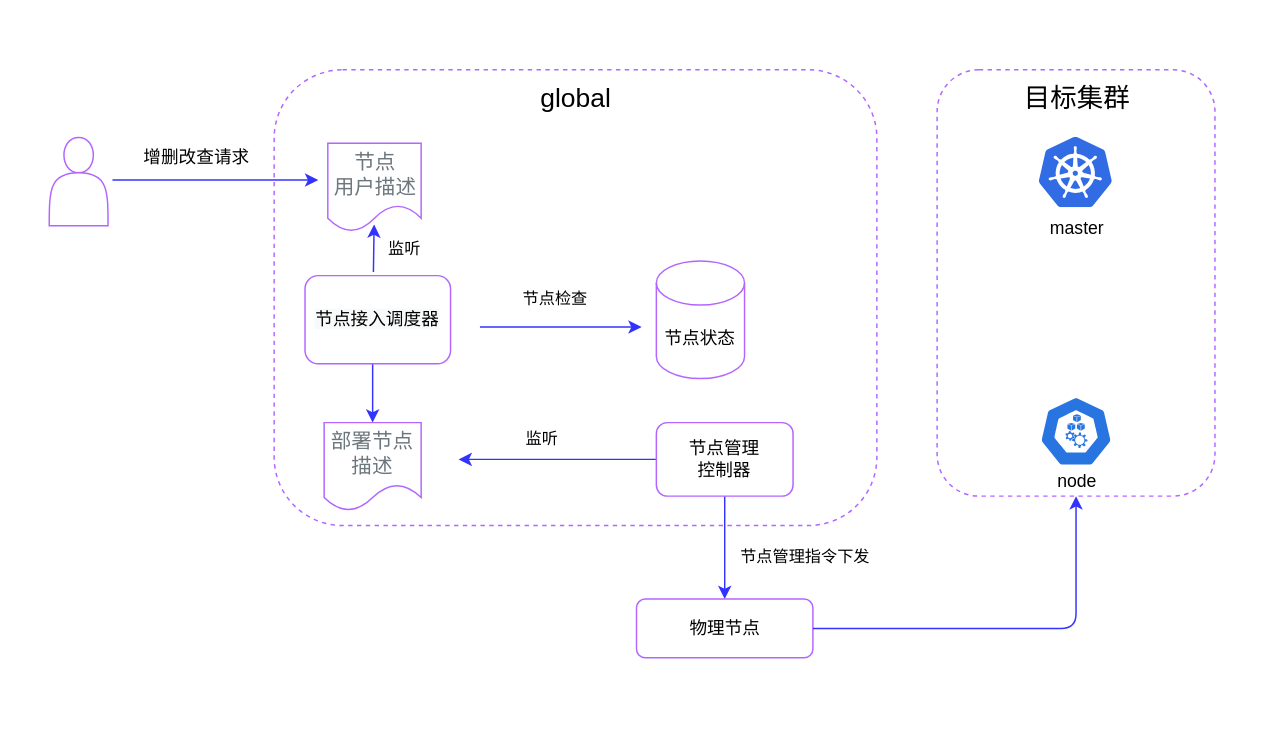
Earlier version of the draw.io diagram page "节点管理" (2 of 8) of cloud-edge-softarch.drawio (lmxia/system_designs). Source tidied: cells renumbered, new cells numbered last; positions are measured from the earlier drawing's top-left corner, leaving out a move shared by most shapes. Both pictures are drawn from the tidied source at 147%, with x=0, y=0 at pixel (49, 69).
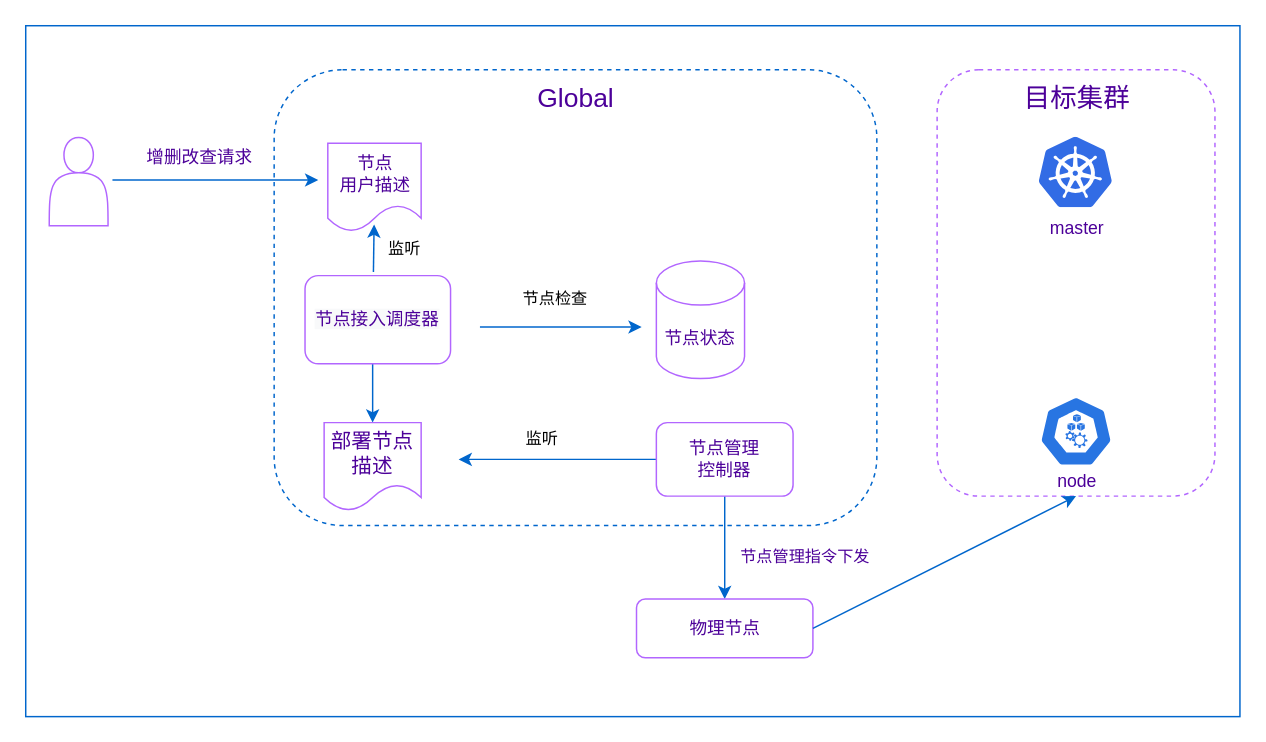
After the change.

Unchanged cells that the change refers to:
```xml
<mxCell id="17" style="rounded=1;whiteSpace=wrap;html=1;dashed=1;strokeColor=#B266FF;" parent="1" vertex="1">
  <mxGeometry x="604" width="189" height="290" as="geometry" />
</mxCell>
```

Diff of the diagram source:
```diff
@@
+    <mxCell id="27" style="rounded=0;whiteSpace=wrap;html=1;strokeColor=#0066CC;" parent="1" vertex="1">
+      <mxGeometry x="-16" y="-30" width="826" height="470" as="geometry" />
+    </mxCell>
-    <mxCell id="2" style="rounded=1;whiteSpace=wrap;html=1;dashed=1;strokeColor=#B266FF;" parent="1" vertex="1">
+    <mxCell id="2" style="rounded=1;whiteSpace=wrap;html=1;dashed=1;strokeColor=#0066CC;" parent="1" vertex="1">
       <mxGeometry x="153" width="410" height="310" as="geometry" />
     </mxCell>
-    <mxCell id="3" style="endArrow=classic;html=1;entryX=0;entryY=0.5;entryDx=0;entryDy=0;strokeColor=#3333FF;" parent="1" edge="1">
+    <mxCell id="3" style="endArrow=classic;html=1;entryX=0;entryY=0.5;entryDx=0;entryDy=0;strokeColor=#0066CC;" parent="1" edge="1">
       <mxGeometry relative="1" as="geometry">
         <mxPoint x="43" y="75" as="sourcePoint" />
         <mxPoint x="183" y="75" as="targetPoint" />
       </mxGeometry>
     </mxCell>
-    <mxCell id="4" value="&amp;nbsp;监听" style="endArrow=classic;html=1;entryX=0.496;entryY=0.92;entryDx=0;entryDy=0;entryPerimeter=0;exitX=0.47;exitY=-0.04;exitDx=0;exitDy=0;exitPerimeter=0;strokeColor=#3333FF;" parent="1" edge="1" source="12" target="23">
+    <mxCell id="4" value="&amp;nbsp;监听" style="endArrow=classic;html=1;entryX=0.496;entryY=0.92;entryDx=0;entryDy=0;entryPerimeter=0;exitX=0.47;exitY=-0.04;exitDx=0;exitDy=0;exitPerimeter=0;strokeColor=#0066CC;" parent="1" edge="1" source="12" target="23">
       <mxGeometry y="-19" relative="1" as="geometry" />
     </mxCell>
-    <mxCell id="5" value="增删改查请求" style="text;html=1;align=center;verticalAlign=middle;fillColor=none;strokeColor=none;rounded=0;" parent="1" vertex="1">
-      <mxGeometry x="55" y="50" width="90" height="20" as="geometry" />
+    <mxCell id="5" value="&lt;font color=&quot;#4c0099&quot;&gt;增删改查请求&lt;/font&gt;" style="text;html=1;align=center;verticalAlign=middle;fillColor=none;strokeColor=none;rounded=0;" parent="1" vertex="1">
+      <mxGeometry x="57" y="50" width="90" height="20" as="geometry" />
     </mxCell>
-    <mxCell id="6" style="endArrow=classic;html=1;entryX=0;entryY=0.5;entryDx=0;entryDy=0;exitX=1;exitY=0.5;exitDx=0;exitDy=0;strokeColor=#3333FF;" parent="1" edge="1">
+    <mxCell id="6" style="endArrow=classic;html=1;entryX=0;entryY=0.5;entryDx=0;entryDy=0;exitX=1;exitY=0.5;exitDx=0;exitDy=0;strokeColor=#0066CC;" parent="1" edge="1">
       <mxGeometry relative="1" as="geometry">
         <mxPoint x="293" y="175" as="sourcePoint" />
         <mxPoint x="403" y="175" as="targetPoint" />
       </mxGeometry>
     </mxCell>
@@
-    <mxCell id="8" style="edgeStyle=orthogonalEdgeStyle;rounded=0;jettySize=auto;html=1;exitX=0.5;exitY=1;exitDx=0;exitDy=0;strokeColor=#3333FF;" parent="1" edge="1" source="15" target="10">
+    <mxCell id="8" style="edgeStyle=orthogonalEdgeStyle;rounded=0;jettySize=auto;html=1;exitX=0.5;exitY=1;exitDx=0;exitDy=0;strokeColor=#0066CC;" parent="1" edge="1" source="15" target="10">
       <mxGeometry relative="1" as="geometry" />
     </mxCell>
-    <mxCell id="9" value="节点管理指令下发" style="edgeLabel;html=1;align=center;verticalAlign=middle;" parent="8" vertex="1">
+    <mxCell id="9" value="&lt;font color=&quot;#4c0099&quot;&gt;节点管理指令下发&lt;/font&gt;" style="edgeLabel;html=1;align=center;verticalAlign=middle;" parent="8" vertex="1">
       <mxGeometry x="-0.25" relative="1" as="geometry">
         <mxPoint x="53.5" y="14" as="offset" />
       </mxGeometry>
     </mxCell>
-    <mxCell id="10" value="物理节点" style="rounded=1;whiteSpace=wrap;html=1;strokeColor=#B266FF;" parent="1" vertex="1">
+    <mxCell id="10" value="&lt;font color=&quot;#4c0099&quot;&gt;物理节点&lt;/font&gt;" style="rounded=1;whiteSpace=wrap;html=1;strokeColor=#B266FF;" parent="1" vertex="1">
       <mxGeometry x="399.5" y="360" width="120" height="40" as="geometry" />
     </mxCell>
-    <mxCell id="11" style="edgeStyle=orthogonalEdgeStyle;rounded=0;jettySize=auto;html=1;strokeColor=#3333FF;" parent="1" edge="1" source="12">
+    <mxCell id="11" style="edgeStyle=orthogonalEdgeStyle;rounded=0;jettySize=auto;html=1;strokeColor=#0066CC;" parent="1" edge="1" source="12">
       <mxGeometry relative="1" as="geometry">
         <mxPoint x="220" y="240" as="targetPoint" />
         <Array as="points">
           <mxPoint x="220" y="210" />
           <mxPoint x="220" y="210" />
         </Array>
       </mxGeometry>
     </mxCell>
-    <mxCell id="12" value="&lt;span style=&quot;color: rgb(0 , 0 , 0) ; font-family: &amp;#34;helvetica&amp;#34; ; font-size: 12px ; font-style: normal ; font-weight: 400 ; letter-spacing: normal ; text-align: center ; text-indent: 0px ; text-transform: none ; word-spacing: 0px ; background-color: rgb(248 , 249 , 250) ; display: inline ; float: none&quot;&gt;节点接入调度器&lt;/span&gt;" style="rounded=1;whiteSpace=wrap;html=1;strokeColor=#B266FF;" parent="1" vertex="1">
+    <mxCell id="12" value="&lt;span style=&quot;font-family: &amp;#34;helvetica&amp;#34; ; font-size: 12px ; font-style: normal ; font-weight: 400 ; letter-spacing: normal ; text-align: center ; text-indent: 0px ; text-transform: none ; word-spacing: 0px ; background-color: rgb(248 , 249 , 250) ; display: inline ; float: none&quot;&gt;&lt;font color=&quot;#4c0099&quot;&gt;节点接入调度器&lt;/font&gt;&lt;/span&gt;" style="rounded=1;whiteSpace=wrap;html=1;strokeColor=#B266FF;" parent="1" vertex="1">
       <mxGeometry x="174" y="140" width="99" height="60" as="geometry" />
     </mxCell>
-    <mxCell id="13" style="edgeStyle=orthogonalEdgeStyle;rounded=0;jettySize=auto;html=1;strokeColor=#3333FF;" parent="1" edge="1" source="15">
+    <mxCell id="13" style="edgeStyle=orthogonalEdgeStyle;rounded=0;jettySize=auto;html=1;strokeColor=#0066CC;" parent="1" edge="1" source="15">
       <mxGeometry relative="1" as="geometry">
         <mxPoint x="278.5" y="265" as="targetPoint" />
       </mxGeometry>
     </mxCell>
@@
-    <mxCell id="15" value="&lt;span&gt;节点管理&lt;br&gt;控制器&lt;/span&gt;" style="rounded=1;whiteSpace=wrap;html=1;strokeColor=#B266FF;" parent="1" vertex="1">
+    <mxCell id="15" value="&lt;span&gt;&lt;font color=&quot;#4c0099&quot;&gt;节点管理&lt;br&gt;控制器&lt;/font&gt;&lt;/span&gt;" style="rounded=1;whiteSpace=wrap;html=1;strokeColor=#B266FF;" parent="1" vertex="1">
       <mxGeometry x="413" y="240" width="93" height="50" as="geometry" />
     </mxCell>
-    <mxCell id="16" value="&lt;font style=&quot;font-size: 18px&quot;&gt;global&lt;/font&gt;" style="text;html=1;align=center;verticalAlign=middle;fillColor=none;strokeColor=none;rounded=0;" parent="1" vertex="1">
-      <mxGeometry x="328" y="10" width="60" height="20" as="geometry" />
+    <mxCell id="16" value="&lt;font style=&quot;font-size: 18px&quot; color=&quot;#4c0099&quot;&gt;Global&lt;/font&gt;" style="text;html=1;align=center;verticalAlign=middle;fillColor=none;strokeColor=none;rounded=0;" parent="1" vertex="1">
+      <mxGeometry x="323" y="10" width="70" height="20" as="geometry" />
     </mxCell>
@@
-    <mxCell id="18" value="&lt;font style=&quot;font-size: 18px&quot;&gt;目标集群&lt;/font&gt;" style="text;html=1;align=center;verticalAlign=middle;fillColor=none;strokeColor=none;rounded=0;" parent="1" vertex="1">
+    <mxCell id="18" value="&lt;font style=&quot;font-size: 18px&quot; color=&quot;#4c0099&quot;&gt;目标集群&lt;/font&gt;" style="text;html=1;align=center;verticalAlign=middle;fillColor=none;strokeColor=none;rounded=0;" parent="1" vertex="1">
       <mxGeometry x="653.5" y="10" width="90" height="20" as="geometry" />
     </mxCell>
-    <mxCell id="19" style="edgeStyle=segmentEdgeStyle;endArrow=classic;html=1;exitX=1;exitY=0.5;exitDx=0;exitDy=0;entryX=0.5;entryY=1;entryDx=0;entryDy=0;strokeColor=#3333FF;" parent="1" edge="1" source="10" target="17">
+    <mxCell id="19" style="endArrow=classic;html=1;exitX=1;exitY=0.5;exitDx=0;exitDy=0;entryX=0.5;entryY=1;entryDx=0;entryDy=0;strokeColor=#0066CC;" parent="1" edge="1" source="10" target="17">
       <mxGeometry relative="1" as="geometry" />
     </mxCell>
-    <mxCell id="20" value="master" style="html=1;align=center;image;fontSize=12;image=img/lib/mscae/Kubernetes.svg;rounded=1;fillColor=#ffffff;gradientColor=none;" parent="1" vertex="1">
+    <mxCell id="20" value="&lt;font color=&quot;#4c0099&quot;&gt;master&lt;/font&gt;" style="html=1;align=center;image;fontSize=12;image=img/lib/mscae/Kubernetes.svg;rounded=1;fillColor=#ffffff;gradientColor=none;" parent="1" vertex="1">
       <mxGeometry x="673.5" y="46" width="50" height="48" as="geometry" />
     </mxCell>
@@
-    <mxCell id="22" value="node" style="text;html=1;align=center;verticalAlign=middle;fillColor=none;strokeColor=none;rounded=0;" parent="1" vertex="1">
+    <mxCell id="22" value="&lt;font color=&quot;#4c0099&quot;&gt;node&lt;/font&gt;" style="text;html=1;align=center;verticalAlign=middle;fillColor=none;strokeColor=none;rounded=0;" parent="1" vertex="1">
       <mxGeometry x="678.5" y="270" width="40" height="20" as="geometry" />
     </mxCell>
-    <mxCell id="23" value="&lt;span style=&quot;color: rgb(108 , 118 , 125) ; font-size: 14px ; text-align: left&quot;&gt;节点&lt;/span&gt;&lt;br style=&quot;color: rgb(108 , 118 , 125) ; font-size: 14px ; text-align: left&quot;&gt;&lt;span style=&quot;color: rgb(108 , 118 , 125) ; font-size: 14px ; text-align: left&quot;&gt;用户描述&lt;/span&gt;" style="shape=document;whiteSpace=wrap;html=1;boundedLbl=1;rounded=1;fillColor=#ffffff;gradientColor=none;strokeColor=#B266FF;" parent="1" vertex="1">
+    <mxCell id="23" value="&lt;font style=&quot;font-size: 12px&quot; color=&quot;#4c0099&quot;&gt;&lt;span style=&quot;text-align: left&quot;&gt;节点&lt;/span&gt;&lt;br style=&quot;text-align: left&quot;&gt;&lt;span style=&quot;text-align: left&quot;&gt;用户描述&lt;/span&gt;&lt;/font&gt;" style="shape=document;whiteSpace=wrap;html=1;boundedLbl=1;rounded=1;fillColor=#ffffff;gradientColor=none;strokeColor=#B266FF;" parent="1" vertex="1">
       <mxGeometry x="189.5" y="50" width="63.5" height="60" as="geometry" />
     </mxCell>
-    <mxCell id="24" value="&lt;span style=&quot;color: rgb(108 , 118 , 125) ; font-size: 14px ; text-align: left&quot;&gt;部署节点描述&lt;/span&gt;" style="shape=document;whiteSpace=wrap;html=1;boundedLbl=1;rounded=1;fillColor=#ffffff;gradientColor=none;strokeColor=#B266FF;" parent="1" vertex="1">
+    <mxCell id="24" value="&lt;span style=&quot;font-size: 14px ; text-align: left&quot;&gt;&lt;font color=&quot;#4c0099&quot;&gt;部署节点描述&lt;/font&gt;&lt;/span&gt;" style="shape=document;whiteSpace=wrap;html=1;boundedLbl=1;rounded=1;fillColor=#ffffff;gradientColor=none;strokeColor=#B266FF;" parent="1" vertex="1">
       <mxGeometry x="187" y="240" width="66" height="60" as="geometry" />
     </mxCell>
-    <mxCell id="25" value="&lt;span&gt;节点状态&lt;/span&gt;" style="shape=cylinder3;whiteSpace=wrap;html=1;boundedLbl=1;backgroundOutline=1;size=15;rounded=1;fillColor=#ffffff;gradientColor=none;strokeColor=#B266FF;" parent="1" vertex="1">
+    <mxCell id="25" value="&lt;span&gt;&lt;font color=&quot;#4c0099&quot;&gt;节点状态&lt;/font&gt;&lt;/span&gt;" style="shape=cylinder3;whiteSpace=wrap;html=1;boundedLbl=1;backgroundOutline=1;size=15;rounded=1;fillColor=#ffffff;gradientColor=none;strokeColor=#B266FF;" parent="1" vertex="1">
       <mxGeometry x="413" y="130" width="60" height="80" as="geometry" />
     </mxCell>
```
